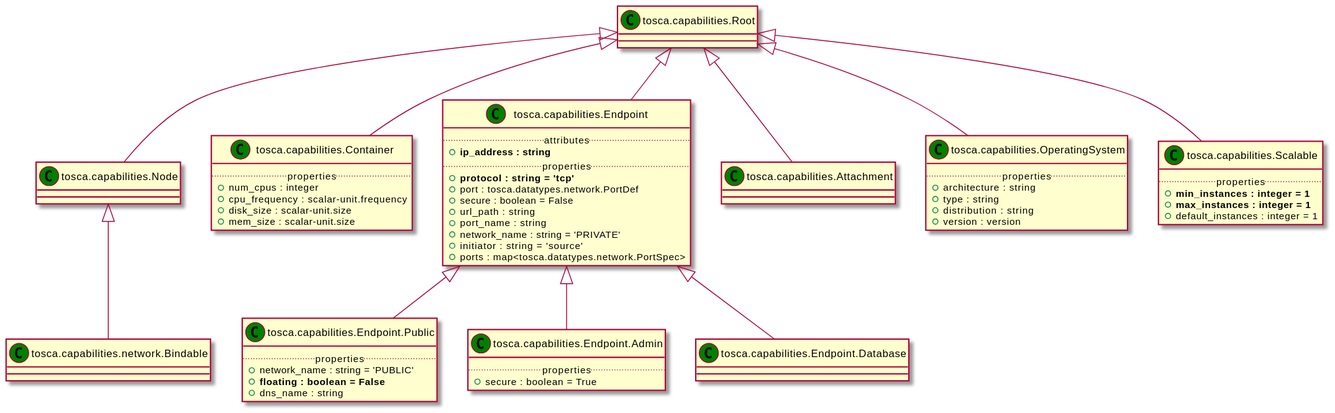
Before: examples/tosca-community-contributions/diagrams/uml2/profiles-org.oasis-open-simple-1.0-capability-uml2-class-diagram.svg, a diagram exported from PlantUML (Orange-OpenSource/Cloudnet-TOSCA-toolbox).
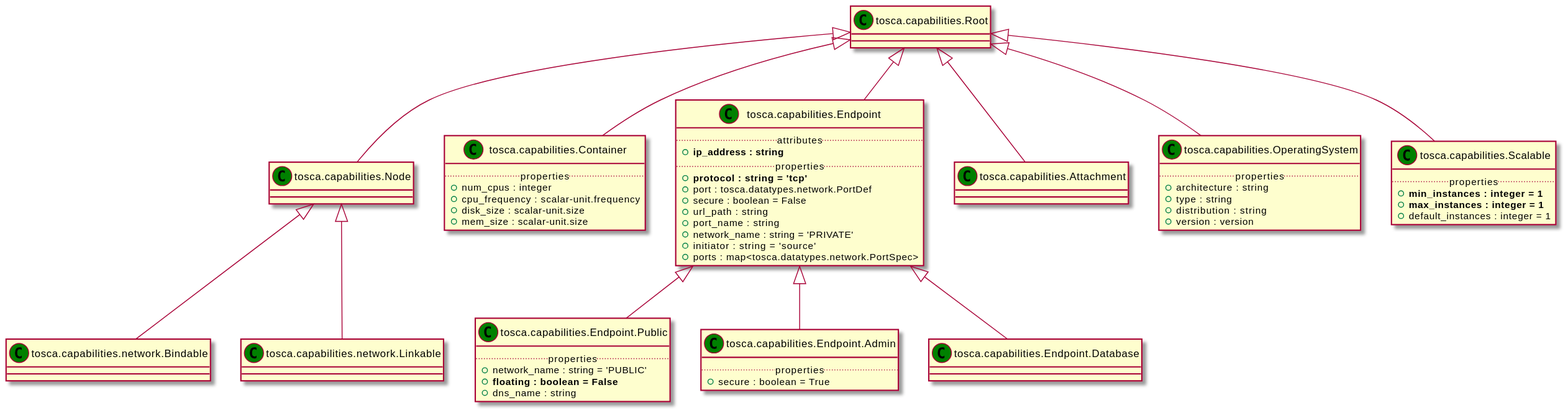
Later version of the same file.

What changed in the source:
```diff
@@ -53,6 +53,8 @@
 }
 class "tosca.capabilities.network.Bindable" as tosca_capabilities_network_Bindable_CT << (C,green) >> {
 }
+class "tosca.capabilities.network.Linkable" as tosca_capabilities_network_Linkable_CT << (C,green) >> {
+}
 tosca_capabilities_Root_CT <|-- tosca_capabilities_Node_CT
 tosca_capabilities_Root_CT <|-- tosca_capabilities_Container_CT
 tosca_capabilities_Root_CT <|-- tosca_capabilities_Endpoint_CT
@@ -63,4 +65,5 @@
 tosca_capabilities_Root_CT <|-- tosca_capabilities_OperatingSystem_CT
 tosca_capabilities_Root_CT <|-- tosca_capabilities_Scalable_CT
 tosca_capabilities_Node_CT <|-- tosca_capabilities_network_Bindable_CT
+tosca_capabilities_Node_CT <|-- tosca_capabilities_network_Linkable_CT
 @enduml
```
